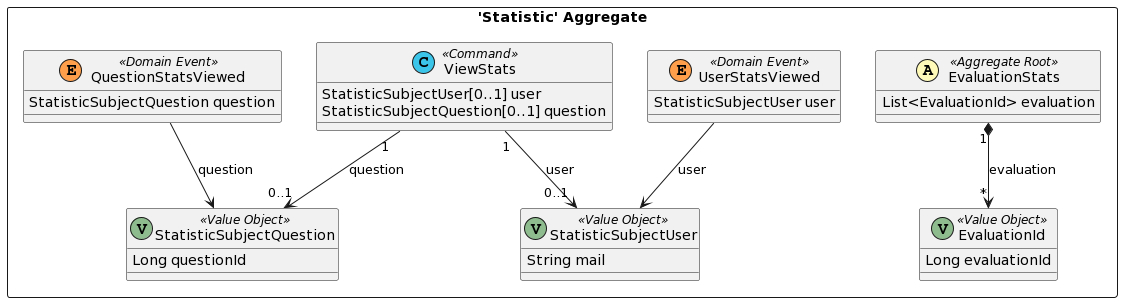
Earlier version of the PlantUML export doc/dist/src-gen/gamedev_BC_StatContext_Statistic.png (esgi-lyon/question-ddd).
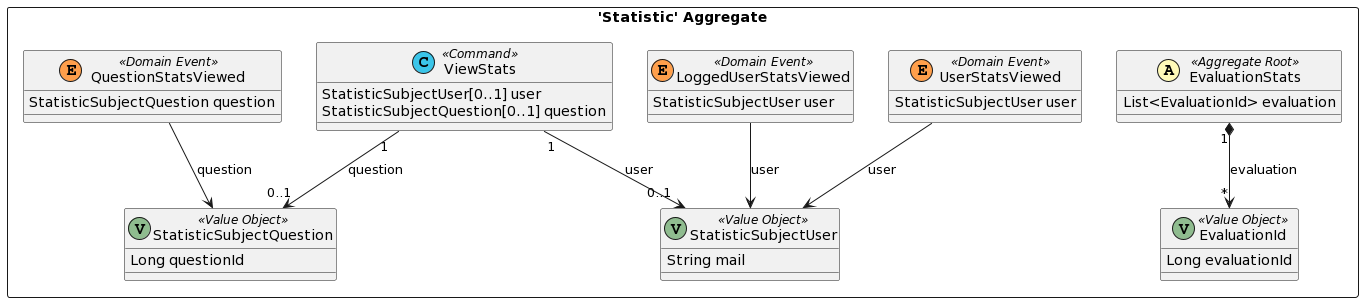
After the change.

Commit message:
decided to not implement stat context

Change to the diagram source:
```diff
@@ -17,6 +17,9 @@
 	class UserStatsViewed <<(E,#ff9f4b) Domain Event>> {
 		StatisticSubjectUser user
 	}
+	class LoggedUserStatsViewed <<(E,#ff9f4b) Domain Event>> {
+		StatisticSubjectUser user
+	}
 	class QuestionStatsViewed <<(E,#ff9f4b) Domain Event>> {
 		StatisticSubjectQuestion question
 	}
@@ -25,6 +28,7 @@
 		StatisticSubjectQuestion[0..1] question
 	}
 }
+LoggedUserStatsViewed --> StatisticSubjectUser : user
 QuestionStatsViewed --> StatisticSubjectQuestion : question
 ViewStats "1" --> "0..1" StatisticSubjectUser : user
 ViewStats "1" --> "0..1" StatisticSubjectQuestion : question
```
